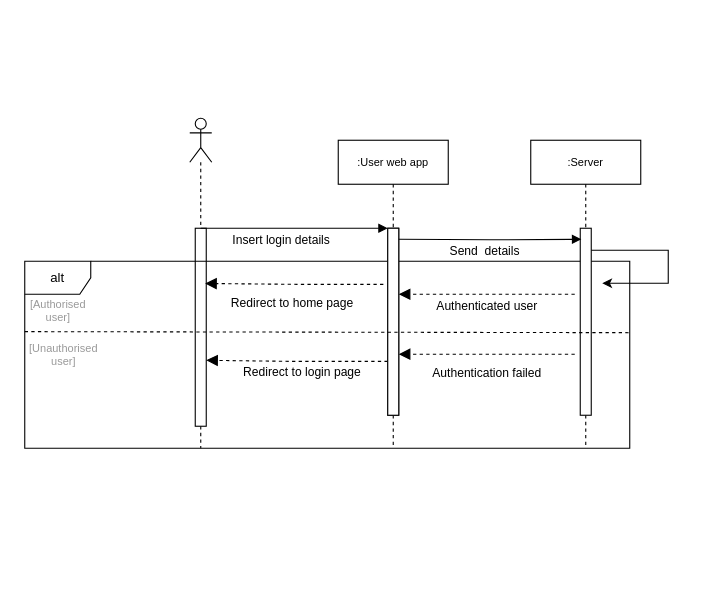
Above: Diagrams/Draw.io/Login sequence.drawio in MihirKohli/Finance-Administrator (draw.io), before the change. Source tidied: cells renumbered, new cells numbered last; positions are measured from the earlier drawing's top-left corner, leaving out a move shared by most shapes. Both pictures are drawn from the tidied source at 110%, with x=0, y=0 at pixel (19, 118).
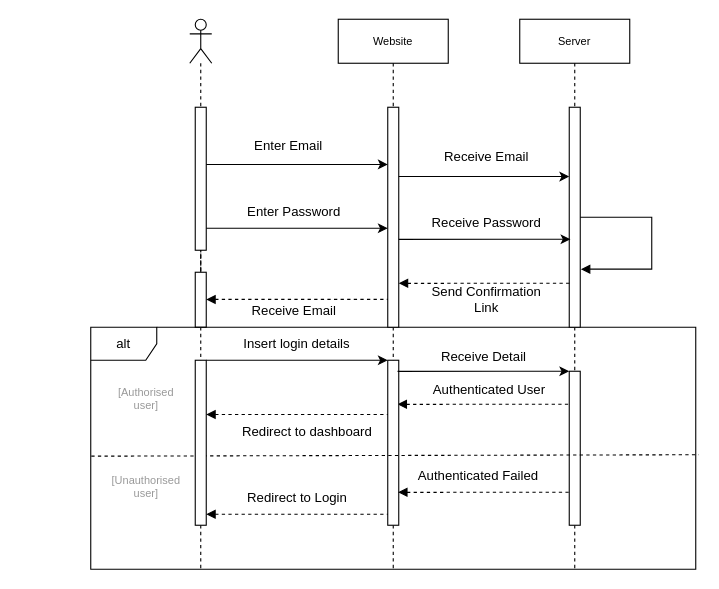
The same diagram, later.

Diff of the diagram source:
```diff
@@
     <mxCell id="2" style="shape=umlLifeline;participant=umlActor;perimeter=lifelinePerimeter;whiteSpace=wrap;html=1;verticalAlign=top;spacingTop=36;" parent="1" vertex="1">
-      <mxGeometry x="155" width="20" height="300" as="geometry" />
+      <mxGeometry x="155" y="-90" width="20" height="500" as="geometry" />
     </mxCell>
     <mxCell id="3" style="html=1;points=[];perimeter=orthogonalPerimeter;" parent="2" vertex="1">
-      <mxGeometry x="5" y="100" width="10" height="180" as="geometry" />
+      <mxGeometry x="5" y="80" width="10" height="130" as="geometry" />
     </mxCell>
-    <mxCell id="4" value="Insert login details" style="html=1;verticalAlign=bottom;endArrow=block;rounded=0;edgeStyle=orthogonalEdgeStyle;" parent="1" edge="1">
-      <mxGeometry x="-0.14" y="-20" relative="1" as="geometry">
-        <mxPoint x="165" y="100" as="sourcePoint" />
-        <mxPoint x="335" y="100" as="targetPoint" />
-      </mxGeometry>
-    </mxCell>
+    <mxCell id="20" style="edgeStyle=orthogonalEdgeStyle;rounded=0;jettySize=auto;html=1;dashed=1;startArrow=none;startFill=0;endArrow=none;endFill=0;" parent="2" edge="1" source="21" target="3">
+      <mxGeometry relative="1" as="geometry" />
+    </mxCell>
+    <mxCell id="21" style="html=1;points=[];perimeter=orthogonalPerimeter;" parent="2" vertex="1">
+      <mxGeometry x="5" y="230" width="10" height="50" as="geometry" />
+    </mxCell>
     <mxCell id="5" value="alt" style="shape=umlFrame;whiteSpace=wrap;html=1;" parent="1" vertex="1">
-      <mxGeometry x="5" y="130" width="550" height="170" as="geometry" />
+      <mxGeometry x="65" y="190" width="550" height="220" as="geometry" />
     </mxCell>
-    <mxCell id="6" style="html=1;points=[];perimeter=orthogonalPerimeter;" parent="1" vertex="1">
-      <mxGeometry x="335" y="100" width="10" height="170" as="geometry" />
-    </mxCell>
-    <mxCell id="7" value="Redirect to home page" style="html=1;verticalAlign=bottom;endArrow=block;dashed=1;endSize=8;rounded=0;edgeStyle=orthogonalEdgeStyle;entryX=0.9;entryY=0.279;entryDx=0;entryDy=0;entryPerimeter=0;exitX=-0.4;exitY=0.3;exitDx=0;exitDy=0;exitPerimeter=0;strokeWidth=1;endFill=1;" parent="1" edge="1" source="6" target="3">
-      <mxGeometry x="0.03" y="26" relative="1" as="geometry">
-        <mxPoint y="1" as="offset" />
-      </mxGeometry>
-    </mxCell>
-    <mxCell id="8" value="Redirect to login page" style="html=1;verticalAlign=bottom;endArrow=block;dashed=1;endSize=8;rounded=0;edgeStyle=orthogonalEdgeStyle;exitX=0;exitY=0.712;exitDx=0;exitDy=0;exitPerimeter=0;entryX=1;entryY=0.667;entryDx=0;entryDy=0;entryPerimeter=0;endFill=1;" parent="1" edge="1" source="6" target="3">
-      <mxGeometry x="-0.05" y="19" relative="1" as="geometry">
-        <Array as="points">
-          <mxPoint x="246" y="221" />
-        </Array>
-      </mxGeometry>
-    </mxCell>
-    <mxCell id="9" value="&lt;font color=&quot;#000000&quot;&gt;:User web app&lt;/font&gt;" style="shape=umlLifeline;perimeter=lifelinePerimeter;whiteSpace=wrap;html=1;fontSize=10;fontColor=#999999;" parent="1" vertex="1">
-      <mxGeometry x="290" y="20" width="100" height="280" as="geometry" />
+    <mxCell id="9" value="&lt;font color=&quot;#000000&quot;&gt;Website&lt;/font&gt;" style="shape=umlLifeline;perimeter=lifelinePerimeter;whiteSpace=wrap;html=1;fontSize=10;fontColor=#999999;" parent="1" vertex="1">
+      <mxGeometry x="290" y="-90" width="100" height="500" as="geometry" />
     </mxCell>
     <mxCell id="10" style="html=1;perimeter=orthogonalPerimeter;fontSize=10;fontColor=#000000;" parent="9" vertex="1">
-      <mxGeometry x="45" y="80" width="10" height="170" as="geometry" />
+      <mxGeometry x="45" y="80" width="10" height="200" as="geometry" />
     </mxCell>
+    <mxCell id="22" style="endArrow=none;html=1;rounded=0;entryX=0.114;entryY=0.217;entryDx=0;entryDy=0;entryPerimeter=0;startArrow=block;startFill=1;endFill=0;dashed=1;" parent="9" edge="1">
+      <mxGeometry relative="1" as="geometry">
+        <mxPoint x="53.9" y="350.1" as="sourcePoint" />
+        <mxPoint x="210" y="350" as="targetPoint" />
+      </mxGeometry>
+    </mxCell>
+    <mxCell id="23" style="html=1;perimeter=orthogonalPerimeter;" parent="9" vertex="1">
+      <mxGeometry x="45" y="310" width="10" height="150" as="geometry" />
+    </mxCell>
     <mxCell id="11" value="[Authorised&lt;br&gt;user]" style="text;html=1;align=center;verticalAlign=middle;points=[];fontColor=#999999;fontSize=10;" parent="1" vertex="1">
-      <mxGeometry y="160" width="70" height="30" as="geometry" />
+      <mxGeometry x="80" y="240" width="70" height="30" as="geometry" />
     </mxCell>
     <mxCell id="12" value="[Unauthorised&lt;br&gt;user]" style="text;html=1;align=center;verticalAlign=middle;fontColor=#999999;fontSize=10;" parent="1" vertex="1">
-      <mxGeometry y="200" width="80" height="30" as="geometry" />
+      <mxGeometry x="75" y="320" width="80" height="30" as="geometry" />
     </mxCell>
-    <mxCell id="13" value=":Server" style="shape=umlLifeline;perimeter=lifelinePerimeter;whiteSpace=wrap;html=1;fontSize=10;fontColor=#000000;" parent="1" vertex="1">
-      <mxGeometry x="465" y="20" width="100" height="280" as="geometry" />
+    <mxCell id="13" value="Server" style="shape=umlLifeline;perimeter=lifelinePerimeter;whiteSpace=wrap;html=1;fontSize=10;fontColor=#000000;" parent="1" vertex="1">
+      <mxGeometry x="455" y="-90" width="100" height="500" as="geometry" />
     </mxCell>
     <mxCell id="14" style="html=1;points=[];perimeter=orthogonalPerimeter;fontSize=10;fontColor=#000000;" parent="13" vertex="1">
-      <mxGeometry x="45" y="80" width="10" height="170" as="geometry" />
+      <mxGeometry x="45" y="80" width="10" height="200" as="geometry" />
     </mxCell>
-    <mxCell id="15" style="endArrow=classic;html=1;rounded=0;fontSize=10;fontColor=#000000;strokeWidth=1;edgeStyle=orthogonalEdgeStyle;" parent="13" edge="1">
-      <mxGeometry relative="1" as="geometry">
-        <mxPoint x="55" y="100" as="sourcePoint" />
-        <mxPoint x="65" y="130" as="targetPoint" />
-        <Array as="points">
-          <mxPoint x="125" y="130" />
-        </Array>
-      </mxGeometry>
-    </mxCell>
-    <mxCell id="16" value="Send&amp;nbsp; details" style="html=1;verticalAlign=bottom;endArrow=block;rounded=0;edgeStyle=orthogonalEdgeStyle;entryX=0.1;entryY=0.059;entryDx=0;entryDy=0;entryPerimeter=0;" parent="1" edge="1" target="14">
-      <mxGeometry x="-0.06" y="-20" relative="1" as="geometry">
-        <mxPoint x="345" y="110" as="sourcePoint" />
-      </mxGeometry>
-    </mxCell>
-    <mxCell id="17" value="Authenticated user" style="html=1;verticalAlign=bottom;endArrow=block;dashed=1;endSize=8;rounded=0;edgeStyle=orthogonalEdgeStyle;strokeWidth=1;endFill=1;" parent="1" edge="1">
-      <mxGeometry y="20" relative="1" as="geometry">
-        <mxPoint x="505" y="160" as="sourcePoint" />
-        <mxPoint x="345" y="160" as="targetPoint" />
-      </mxGeometry>
-    </mxCell>
-    <mxCell id="18" value="Authentication failed" style="html=1;verticalAlign=bottom;endArrow=block;dashed=1;endSize=8;rounded=0;edgeStyle=orthogonalEdgeStyle;strokeWidth=1;endFill=1;" parent="1" edge="1">
-      <mxGeometry y="26" relative="1" as="geometry">
-        <mxPoint x="505" y="214.5" as="sourcePoint" />
-        <mxPoint x="345" y="214.5" as="targetPoint" />
-      </mxGeometry>
-    </mxCell>
-    <mxCell id="19" style="endArrow=none;dashed=1;html=1;rounded=0;entryX=1.002;entryY=0.382;entryDx=0;entryDy=0;entryPerimeter=0;exitX=0.071;exitY=1.133;exitDx=0;exitDy=0;exitPerimeter=0;" parent="1" edge="1" source="11" target="5">
-      <mxGeometry relative="1" as="geometry" />
-    </mxCell>
+    <mxCell id="24" style="endArrow=classic;html=1;rounded=0;" parent="13" edge="1" target="14">
+      <mxGeometry relative="1" as="geometry">
+        <mxPoint x="-110" y="143" as="sourcePoint" />
+      </mxGeometry>
+    </mxCell>
+    <mxCell id="25" style="edgeStyle=orthogonalEdgeStyle;rounded=0;orthogonalLoop=1;jettySize=auto;html=1;startArrow=none;startFill=0;endArrow=block;endFill=1;entryX=1.059;entryY=0.736;entryDx=0;entryDy=0;entryPerimeter=0;" parent="13" edge="1" source="14" target="14">
+      <mxGeometry relative="1" as="geometry">
+        <Array as="points">
+          <mxPoint x="120" y="180" />
+          <mxPoint x="120" y="227" />
+        </Array>
+      </mxGeometry>
+    </mxCell>
+    <mxCell id="26" style="html=1;perimeter=orthogonalPerimeter;" parent="13" vertex="1">
+      <mxGeometry x="45" y="320" width="10" height="140" as="geometry" />
+    </mxCell>
+    <mxCell id="27" style="endArrow=classic;html=1;rounded=0;" parent="1" edge="1" source="3">
+      <mxGeometry relative="1" as="geometry">
+        <mxPoint x="335" y="42" as="targetPoint" />
+      </mxGeometry>
+    </mxCell>
+    <mxCell id="28" value="Enter Email" style="text;html=1;strokeColor=none;fillColor=none;align=center;verticalAlign=middle;whiteSpace=wrap;rounded=0;" parent="1" vertex="1">
+      <mxGeometry x="205" y="10" width="80" height="30" as="geometry" />
+    </mxCell>
+    <mxCell id="29" value="Receive Email" style="text;html=1;strokeColor=none;fillColor=none;align=center;verticalAlign=middle;whiteSpace=wrap;rounded=0;" parent="1" vertex="1">
+      <mxGeometry x="385" y="20" width="80" height="30" as="geometry" />
+    </mxCell>
+    <mxCell id="30" value="Enter Password" style="text;html=1;strokeColor=none;fillColor=none;align=center;verticalAlign=middle;whiteSpace=wrap;rounded=0;" parent="1" vertex="1">
+      <mxGeometry x="205" y="70" width="90" height="30" as="geometry" />
+    </mxCell>
+    <mxCell id="31" style="endArrow=classic;html=1;rounded=0;" parent="1" edge="1">
+      <mxGeometry relative="1" as="geometry">
+        <mxPoint x="170" y="100" as="sourcePoint" />
+        <mxPoint x="335" y="100" as="targetPoint" />
+      </mxGeometry>
+    </mxCell>
+    <mxCell id="32" value="Receive Password" style="text;html=1;strokeColor=none;fillColor=none;align=center;verticalAlign=middle;whiteSpace=wrap;rounded=0;" parent="1" vertex="1">
+      <mxGeometry x="370" y="80" width="110" height="30" as="geometry" />
+    </mxCell>
+    <mxCell id="33" style="endArrow=classic;html=1;rounded=0;entryX=0.114;entryY=0.217;entryDx=0;entryDy=0;entryPerimeter=0;" parent="1" edge="1">
+      <mxGeometry relative="1" as="geometry">
+        <mxPoint x="345" y="110.1" as="sourcePoint" />
+        <mxPoint x="501.1" y="110" as="targetPoint" />
+      </mxGeometry>
+    </mxCell>
+    <mxCell id="34" style="endArrow=none;html=1;rounded=0;entryX=0.114;entryY=0.217;entryDx=0;entryDy=0;entryPerimeter=0;startArrow=block;startFill=1;endFill=0;dashed=1;" parent="1" edge="1">
+      <mxGeometry relative="1" as="geometry">
+        <mxPoint x="345" y="150.1" as="sourcePoint" />
+        <mxPoint x="501.1" y="150" as="targetPoint" />
+      </mxGeometry>
+    </mxCell>
+    <mxCell id="35" value="Send Confirmation Link" style="text;html=1;strokeColor=none;fillColor=none;align=center;verticalAlign=middle;whiteSpace=wrap;rounded=0;" parent="1" vertex="1">
+      <mxGeometry x="370" y="150" width="110" height="30" as="geometry" />
+    </mxCell>
+    <mxCell id="36" value="Receive Email" style="text;html=1;strokeColor=none;fillColor=none;align=center;verticalAlign=middle;whiteSpace=wrap;rounded=0;" parent="1" vertex="1">
+      <mxGeometry x="195" y="170" width="110" height="10" as="geometry" />
+    </mxCell>
+    <mxCell id="37" style="endArrow=none;dashed=1;html=1;rounded=0;entryX=1.005;entryY=0.405;entryDx=0;entryDy=0;entryPerimeter=0;exitX=0.001;exitY=0.413;exitDx=0;exitDy=0;exitPerimeter=0;" parent="1" edge="1">
+      <mxGeometry relative="1" as="geometry">
+        <mxPoint x="65.5" y="307.2" as="sourcePoint" />
+        <mxPoint x="617.8" y="305.9" as="targetPoint" />
+      </mxGeometry>
+    </mxCell>
+    <mxCell id="38" style="html=1;perimeter=orthogonalPerimeter;" parent="1" vertex="1">
+      <mxGeometry x="160" y="220" width="10" height="150" as="geometry" />
+    </mxCell>
+    <mxCell id="39" style="endArrow=classic;html=1;rounded=0;" parent="1" edge="1">
+      <mxGeometry relative="1" as="geometry">
+        <mxPoint x="170" y="220" as="sourcePoint" />
+        <mxPoint x="335" y="220" as="targetPoint" />
+      </mxGeometry>
+    </mxCell>
+    <mxCell id="4" value="Insert login details" style="text;html=1;strokeColor=none;fillColor=none;align=center;verticalAlign=middle;whiteSpace=wrap;rounded=0;" parent="1" vertex="1">
+      <mxGeometry x="200" y="190" width="105" height="30" as="geometry" />
+    </mxCell>
+    <mxCell id="40" style="endArrow=classic;html=1;rounded=0;entryX=0.114;entryY=0.217;entryDx=0;entryDy=0;entryPerimeter=0;" parent="1" edge="1">
+      <mxGeometry relative="1" as="geometry">
+        <mxPoint x="343.9" y="230.1" as="sourcePoint" />
+        <mxPoint x="500" y="230" as="targetPoint" />
+      </mxGeometry>
+    </mxCell>
+    <mxCell id="41" style="endArrow=none;html=1;rounded=0;startArrow=block;startFill=1;endFill=0;dashed=1;" parent="1" edge="1">
+      <mxGeometry relative="1" as="geometry">
+        <mxPoint x="170" y="164.7" as="sourcePoint" />
+        <mxPoint x="335" y="164.7" as="targetPoint" />
+      </mxGeometry>
+    </mxCell>
+    <mxCell id="42" value="Receive Detail" style="text;html=1;strokeColor=none;fillColor=none;align=center;verticalAlign=middle;whiteSpace=wrap;rounded=0;" parent="1" vertex="1">
+      <mxGeometry x="370" y="202" width="105" height="30" as="geometry" />
+    </mxCell>
+    <mxCell id="43" value="Authenticated User" style="text;html=1;strokeColor=none;fillColor=none;align=center;verticalAlign=middle;whiteSpace=wrap;rounded=0;" parent="1" vertex="1">
+      <mxGeometry x="370" y="232" width="115" height="30" as="geometry" />
+    </mxCell>
+    <mxCell id="44" style="endArrow=none;html=1;rounded=0;startArrow=block;startFill=1;endFill=0;dashed=1;" parent="1" edge="1">
+      <mxGeometry relative="1" as="geometry">
+        <mxPoint x="170" y="269.3" as="sourcePoint" />
+        <mxPoint x="335" y="269.3" as="targetPoint" />
+      </mxGeometry>
+    </mxCell>
+    <mxCell id="45" value="Redirect to dashboard" style="text;html=1;strokeColor=none;fillColor=none;align=center;verticalAlign=middle;whiteSpace=wrap;rounded=0;" parent="1" vertex="1">
+      <mxGeometry x="197.5" y="270" width="127.5" height="30" as="geometry" />
+    </mxCell>
+    <mxCell id="46" value="Authenticated Failed" style="text;html=1;strokeColor=none;fillColor=none;align=center;verticalAlign=middle;whiteSpace=wrap;rounded=0;" parent="1" vertex="1">
+      <mxGeometry x="360" y="310" width="115" height="30" as="geometry" />
+    </mxCell>
+    <mxCell id="47" style="endArrow=none;html=1;rounded=0;entryX=0.114;entryY=0.217;entryDx=0;entryDy=0;entryPerimeter=0;startArrow=block;startFill=1;endFill=0;dashed=1;" parent="1" edge="1">
+      <mxGeometry relative="1" as="geometry">
+        <mxPoint x="344.4" y="340.1" as="sourcePoint" />
+        <mxPoint x="500.6" y="340" as="targetPoint" />
+      </mxGeometry>
+    </mxCell>
+    <mxCell id="48" style="endArrow=none;html=1;rounded=0;startArrow=block;startFill=1;endFill=0;dashed=1;" parent="1" edge="1">
+      <mxGeometry relative="1" as="geometry">
+        <mxPoint x="170" y="360" as="sourcePoint" />
+        <mxPoint x="335" y="360" as="targetPoint" />
+      </mxGeometry>
+    </mxCell>
+    <mxCell id="49" value="Redirect to Login" style="text;html=1;strokeColor=none;fillColor=none;align=center;verticalAlign=middle;whiteSpace=wrap;rounded=0;" parent="1" vertex="1">
+      <mxGeometry x="188.8" y="330" width="127.5" height="30" as="geometry" />
+    </mxCell>
```
